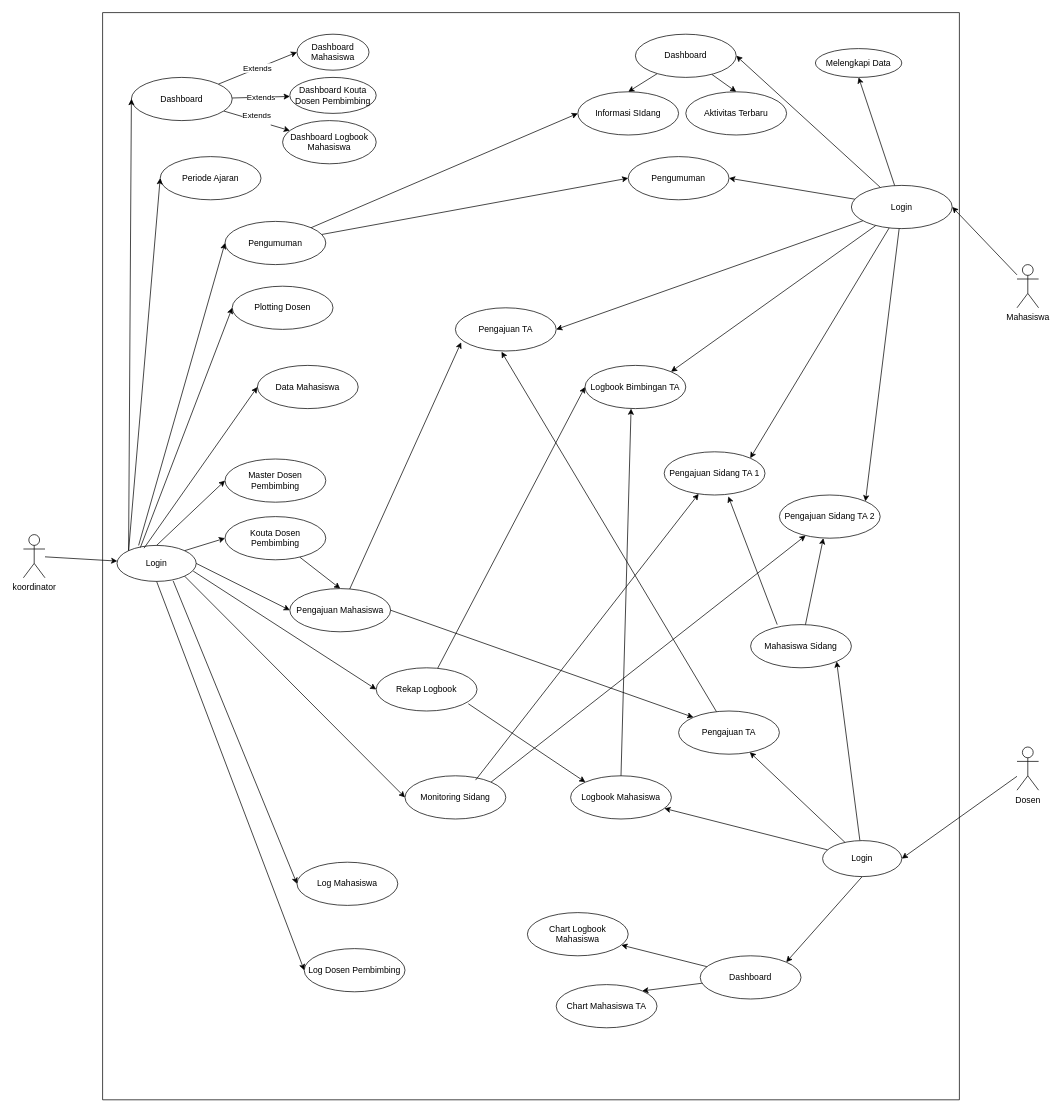
This is koor-bimbingan online.drawio from BagusCPaste/draw.io, a draw.io file, before an edit. Source tidied: cells renumbered, new cells numbered last; positions are measured from the earlier drawing's top-left corner, leaving out a move shared by most shapes. Both pictures are drawn from the tidied source at 72%, with x=0, y=0 at pixel (23, 12).
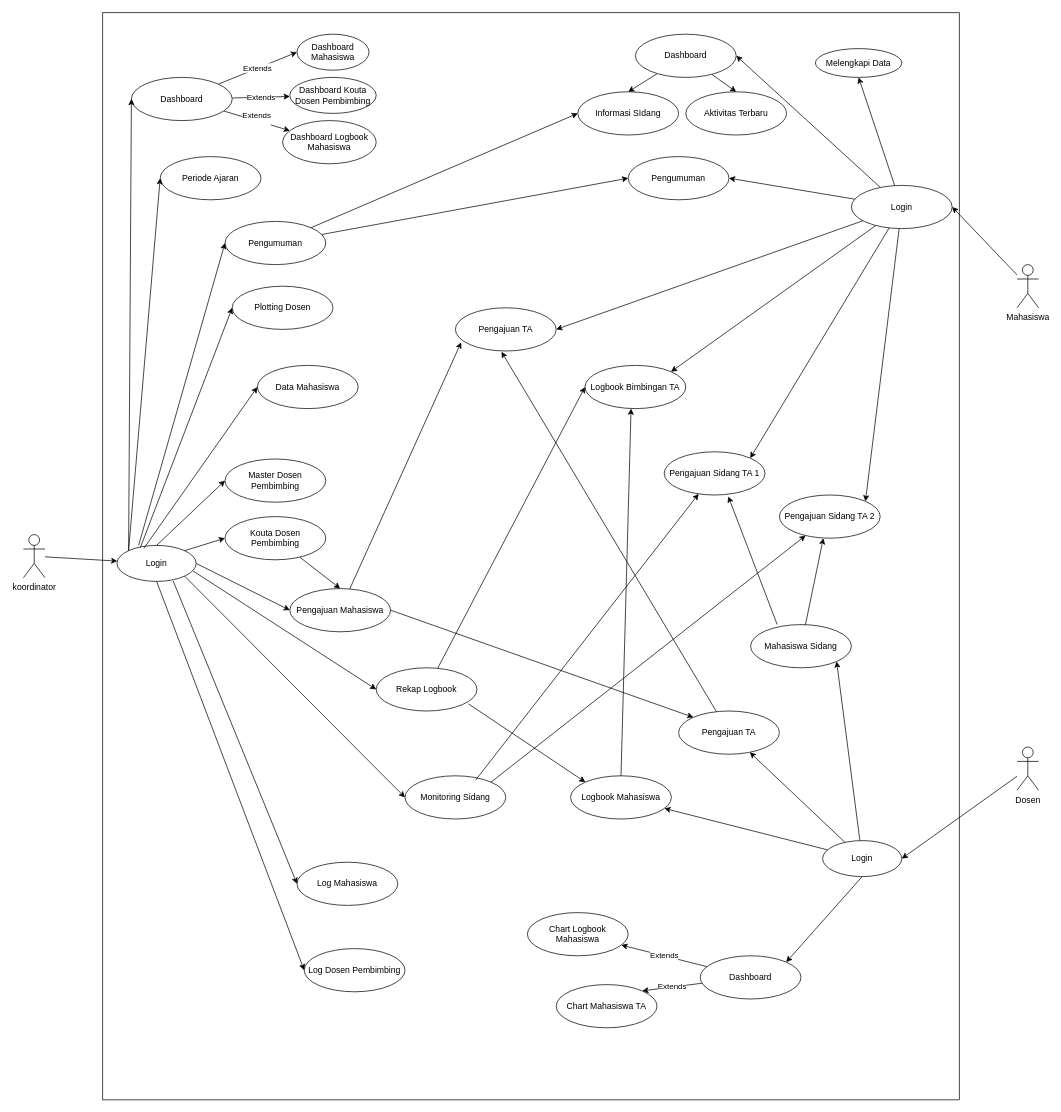
Above is the later version.

The change refers to these unchanged cells:
```xml
<mxCell id="2" style="swimlane;startSize=0;" parent="1" vertex="1">
  <mxGeometry x="110" width="1190" height="1510" as="geometry" />
</mxCell>
<mxCell id="49" value="Dashboard" style="ellipse;whiteSpace=wrap;html=1;" parent="2" vertex="1">
  <mxGeometry x="830" y="1310" width="140" height="60" as="geometry" />
</mxCell>
<mxCell id="55" value="Chart Logbook Mahasiswa" style="ellipse;whiteSpace=wrap;html=1;" parent="2" vertex="1">
  <mxGeometry x="590" y="1250" width="140" height="60" as="geometry" />
</mxCell>
<mxCell id="56" value="Chart Mahasiswa TA" style="ellipse;whiteSpace=wrap;html=1;" parent="2" vertex="1">
  <mxGeometry x="630" y="1350" width="140" height="60" as="geometry" />
</mxCell>
```

The edit, as a diff of the source:
```diff
@@
-    <mxCell id="47" style="edgeStyle=none;rounded=0;jettySize=auto;html=1;" parent="2" edge="1" source="49" target="55">
+    <mxCell id="47" value="Extends" style="edgeStyle=none;rounded=0;jettySize=auto;html=1;" parent="2" edge="1" source="49" target="55">
       <mxGeometry relative="1" as="geometry" />
     </mxCell>
-    <mxCell id="48" style="edgeStyle=none;rounded=0;jettySize=auto;html=1;entryX=1;entryY=0;entryDx=0;entryDy=0;" parent="2" edge="1" source="49" target="56">
+    <mxCell id="48" value="Extends" style="edgeStyle=none;rounded=0;jettySize=auto;html=1;entryX=1;entryY=0;entryDx=0;entryDy=0;" parent="2" edge="1" source="49" target="56">
       <mxGeometry relative="1" as="geometry" />
     </mxCell>
```
